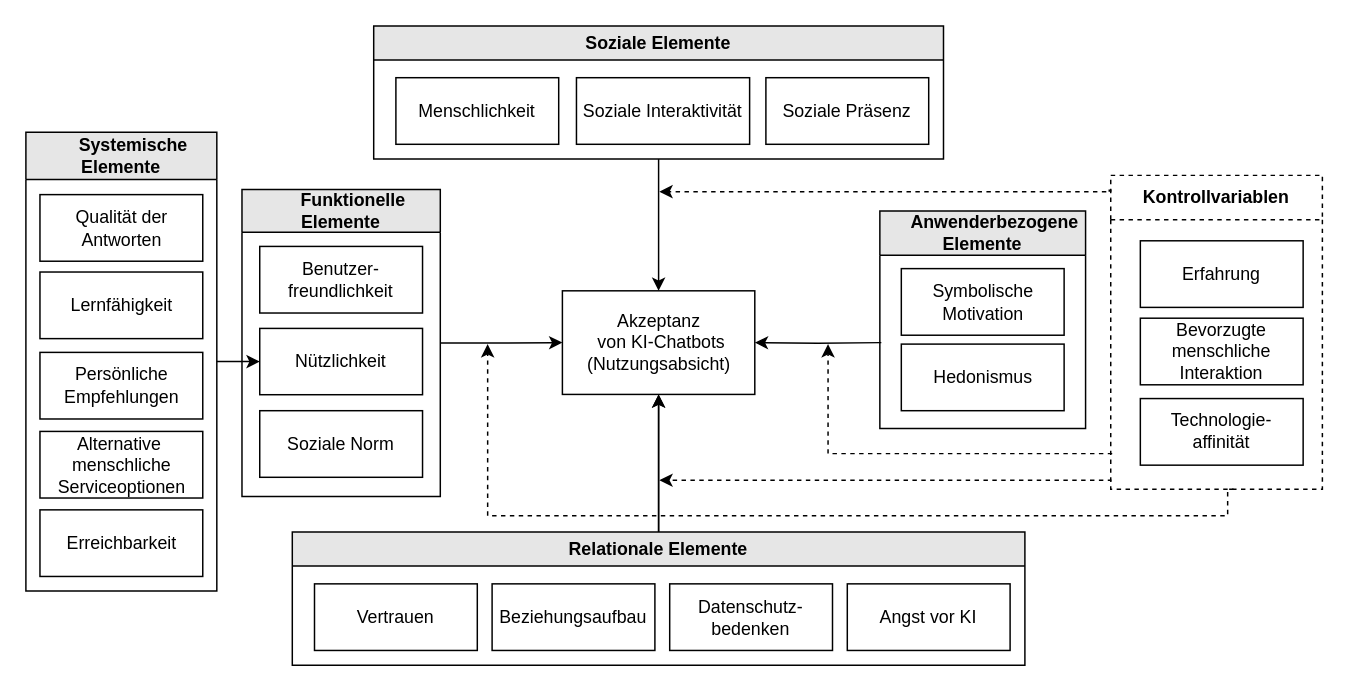
Earlier version of the draw.io diagram page "Page-1" (1 of 5) of sRAM.drawio (Frododo12/Web-Technologie). Source tidied: cells renumbered, new cells numbered last; positions are measured from the earlier drawing's top-left corner, leaving out a move shared by most shapes. Both pictures are drawn from the tidied source at 148%, with x=0, y=0 at pixel (25, 25).
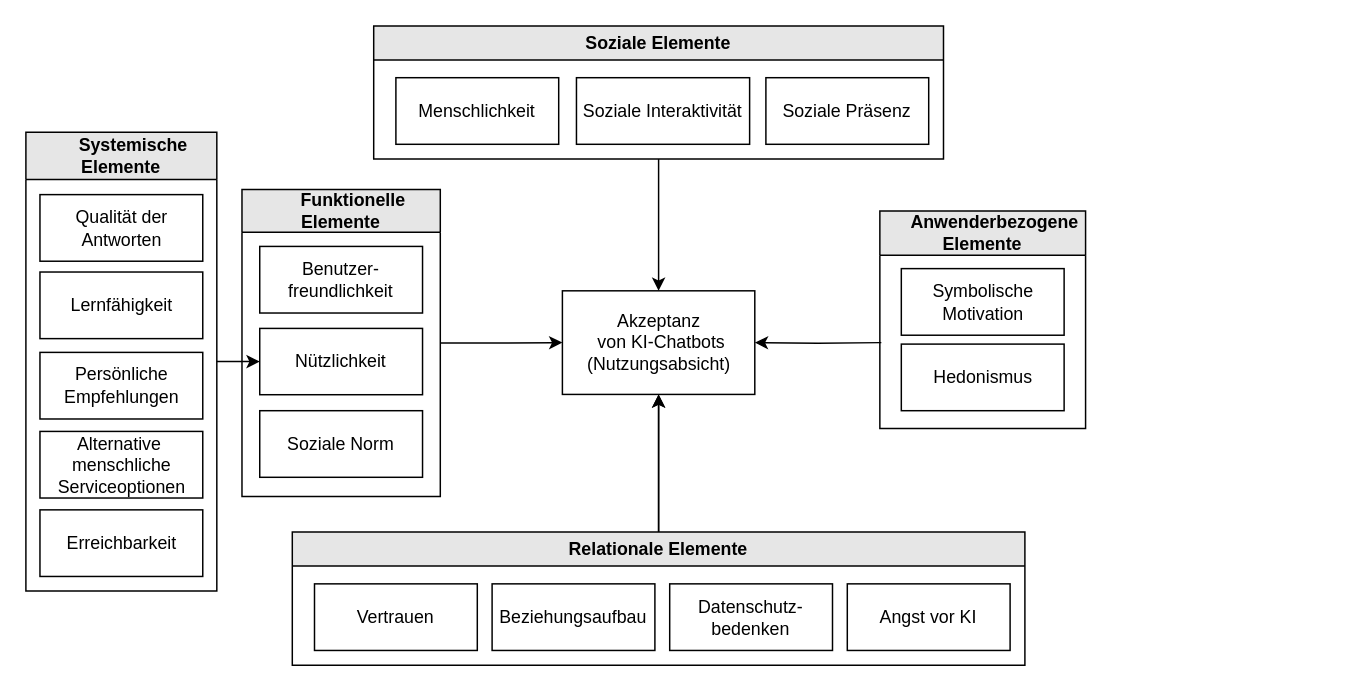
The same diagram, later.

What changed in the source:
```diff
@@
-    <mxCell id="31" value="Kontrollvariablen" style="swimlane;whiteSpace=wrap;html=1;startSize=30;fillColor=#FFFFFF;dashed=1;" parent="1" vertex="1">
-      <mxGeometry x="733" y="101" width="143" height="212" as="geometry" />
-    </mxCell>
-    <mxCell id="32" value="Bevorzugte menschliche Interaktion" style="rounded=0;whiteSpace=wrap;html=1;" parent="31" vertex="1">
-      <mxGeometry x="20" y="96.5" width="110" height="45" as="geometry" />
-    </mxCell>
-    <mxCell id="33" value="Technologie-&lt;br&gt;affinität" style="rounded=0;whiteSpace=wrap;html=1;" parent="31" vertex="1">
-      <mxGeometry x="20" y="150.8" width="110" height="45" as="geometry" />
-    </mxCell>
-    <mxCell id="34" value="Erfahrung" style="rounded=0;whiteSpace=wrap;html=1;" parent="31" vertex="1">
-      <mxGeometry x="20" y="44.2" width="110" height="45" as="geometry" />
-    </mxCell>
-    <mxCell id="35" style="edgeStyle=orthogonalEdgeStyle;rounded=0;orthogonalLoop=1;jettySize=auto;html=1;dashed=1;" parent="1" edge="1">
-      <mxGeometry relative="1" as="geometry">
-        <mxPoint x="816" y="313" as="sourcePoint" />
-        <mxPoint x="312" y="215" as="targetPoint" />
-        <Array as="points">
-          <mxPoint x="812" y="313" />
-          <mxPoint x="812" y="331" />
-          <mxPoint x="312" y="331" />
-        </Array>
-      </mxGeometry>
-    </mxCell>
-    <mxCell id="36" style="edgeStyle=orthogonalEdgeStyle;rounded=0;orthogonalLoop=1;jettySize=auto;html=1;dashed=1;" parent="1" edge="1">
-      <mxGeometry relative="1" as="geometry">
-        <mxPoint x="734" y="289" as="sourcePoint" />
-        <mxPoint x="542" y="215" as="targetPoint" />
-        <Array as="points">
-          <mxPoint x="542" y="289" />
-          <mxPoint x="542" y="215" />
-        </Array>
-      </mxGeometry>
-    </mxCell>
-    <mxCell id="37" style="edgeStyle=orthogonalEdgeStyle;rounded=0;orthogonalLoop=1;jettySize=auto;html=1;dashed=1;" parent="1" edge="1">
-      <mxGeometry relative="1" as="geometry">
-        <mxPoint x="733" y="308" as="sourcePoint" />
-        <mxPoint x="428" y="307" as="targetPoint" />
-        <Array as="points">
-          <mxPoint x="733" y="307" />
-        </Array>
-      </mxGeometry>
-    </mxCell>
-    <mxCell id="38" style="edgeStyle=orthogonalEdgeStyle;rounded=0;orthogonalLoop=1;jettySize=auto;html=1;dashed=1;" parent="1" edge="1">
-      <mxGeometry relative="1" as="geometry">
-        <mxPoint x="732" y="112" as="sourcePoint" />
-        <mxPoint x="428" y="112" as="targetPoint" />
-        <Array as="points">
-          <mxPoint x="733" y="111" />
-          <mxPoint x="733" y="112" />
-        </Array>
-      </mxGeometry>
-    </mxCell>
```
